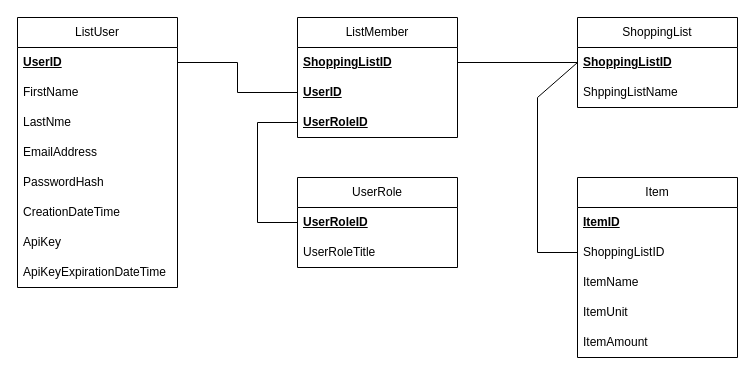
Earlier version of the draw.io diagram Docs/Shopping_List_Database_Draft_Schema.drawio (BS-Portfolio/DotShoppingList). Source tidied: cells renumbered, new cells numbered last; positions are measured from the earlier drawing's top-left corner, leaving out a move shared by most shapes. Both pictures are drawn from the tidied source at 100%, with x=0, y=0 at pixel (17, 17).
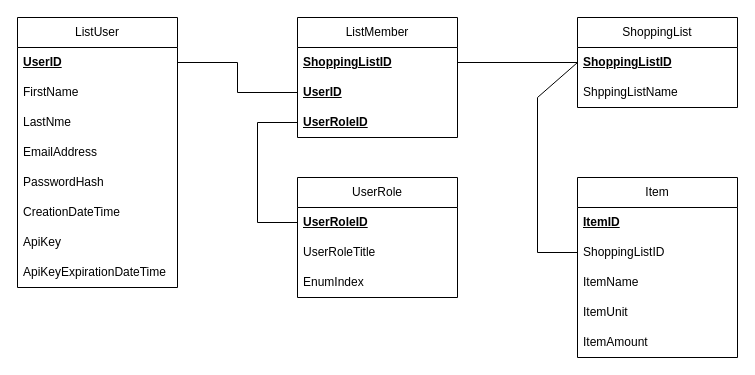
The same page after the edit.

What changed in the source:
```diff
@@
     <mxCell id="14" value="UserRole" style="swimlane;fontStyle=0;horizontal=1;startSize=30;whiteSpace=wrap;html=1;" parent="1" vertex="1">
-      <mxGeometry x="280" y="160" width="160" height="90" as="geometry" />
+      <mxGeometry x="280" y="160" width="160" height="120" as="geometry" />
     </mxCell>
@@
+    <mxCell id="31" value="EnumIndex" style="text;strokeColor=none;fillColor=none;align=left;verticalAlign=middle;spacingLeft=4;spacingRight=4;overflow=hidden;whiteSpace=wrap;html=1;" parent="14" vertex="1">
+      <mxGeometry y="90" width="160" height="30" as="geometry" />
+    </mxCell>
```
